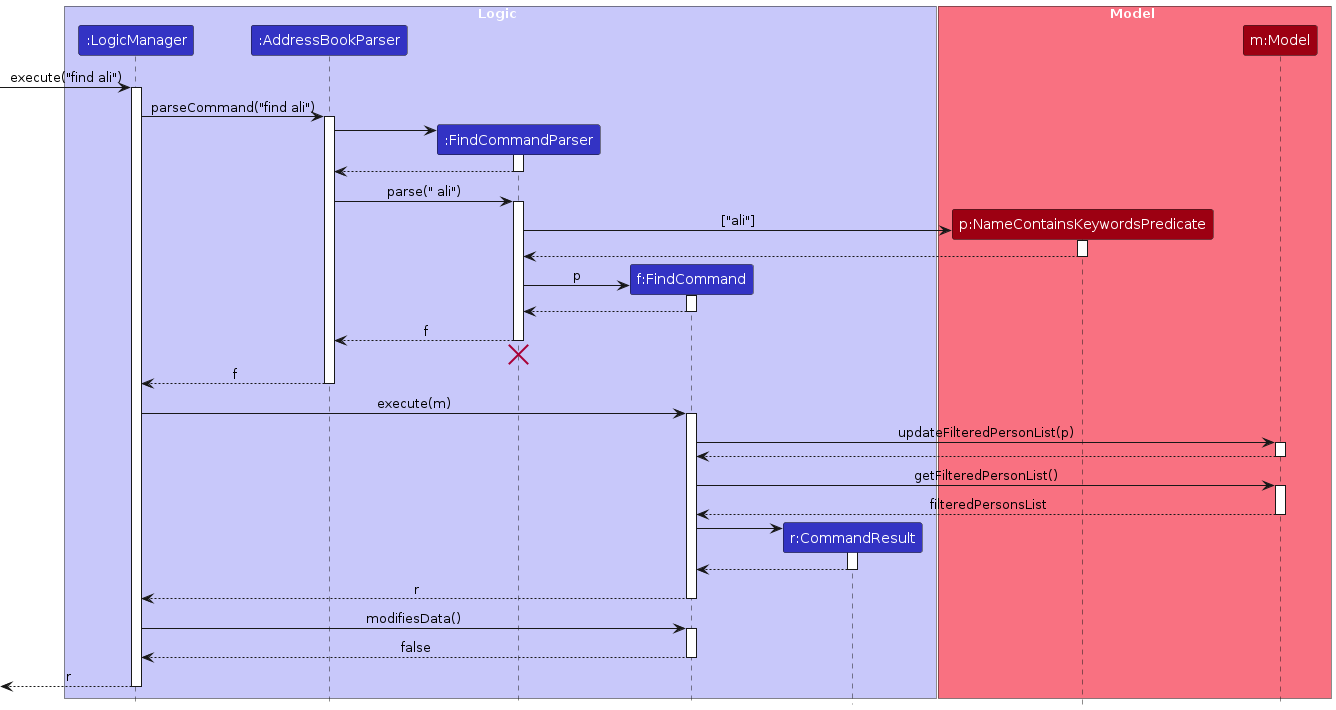
Above: diagrams/FindSequenceDiagram.png in AY2627S1-CS2103T-T08-1/tp (PlantUML), before the change. Its source is kept beside it as diagrams/FindSequenceDiagram.puml.
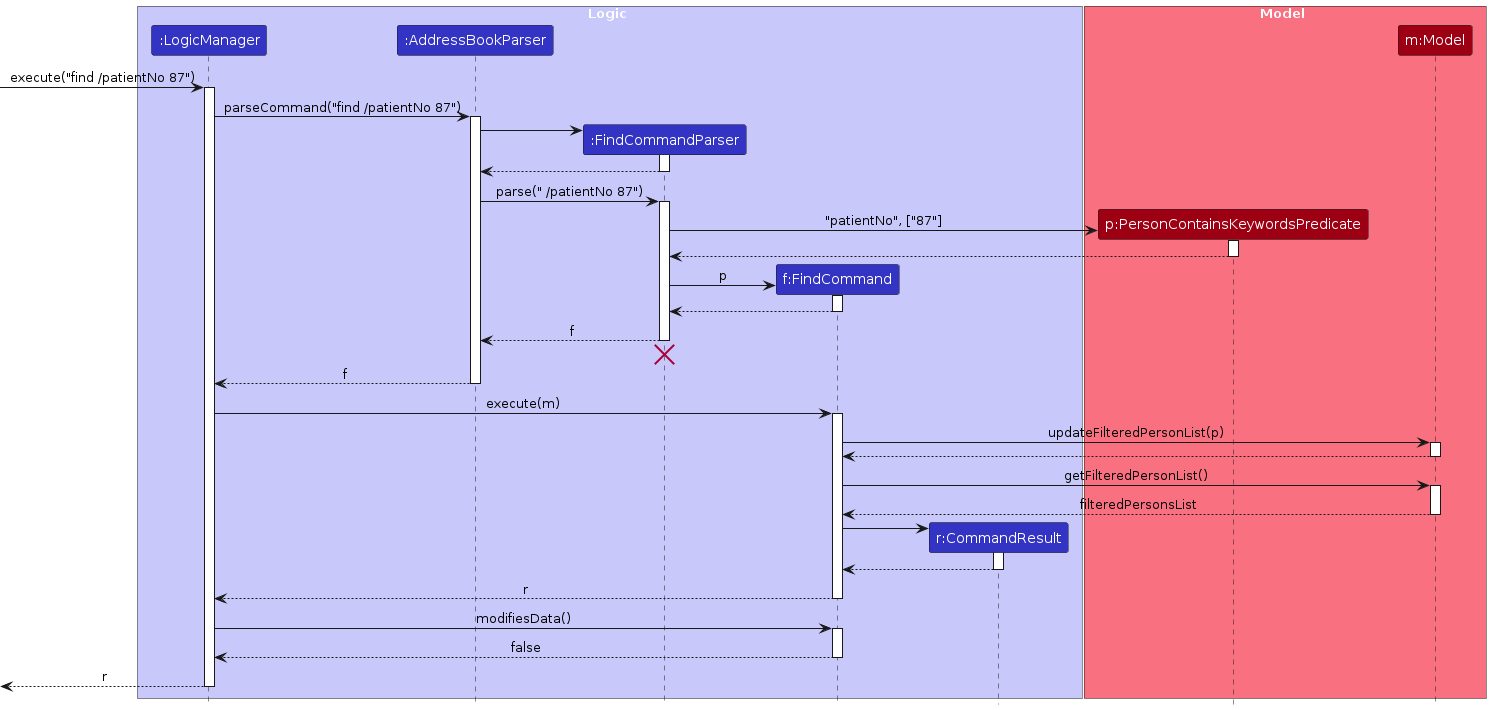
After the commit.

Change to the diagram source:
```diff
@@ -11,14 +11,14 @@
 end box
 
 box Model MODEL_COLOR_T1
-participant "p:NameContainsKeywordsPredicate" as Predicate MODEL_COLOR
+participant "p:PersonContainsKeywordsPredicate" as Predicate MODEL_COLOR
 participant "m:Model" as Model MODEL_COLOR
 end box
 
-[-> LogicManager : execute("find ali")
+[-> LogicManager : execute("find /patientNo 87")
 activate LogicManager
 
-LogicManager -> AddressBookParser : parseCommand("find ali")
+LogicManager -> AddressBookParser : parseCommand("find /patientNo 87")
 activate AddressBookParser
 
 create FindCommandParser
@@ -28,11 +28,11 @@
 FindCommandParser --> AddressBookParser
 deactivate FindCommandParser
 
-AddressBookParser -> FindCommandParser : parse(" ali")
+AddressBookParser -> FindCommandParser : parse(" /patientNo 87")
 activate FindCommandParser
 
 create Predicate
-FindCommandParser -> Predicate : ["ali"]
+FindCommandParser -> Predicate : "patientNo", ["87"]
 activate Predicate
 
 Predicate --> FindCommandParser
```
